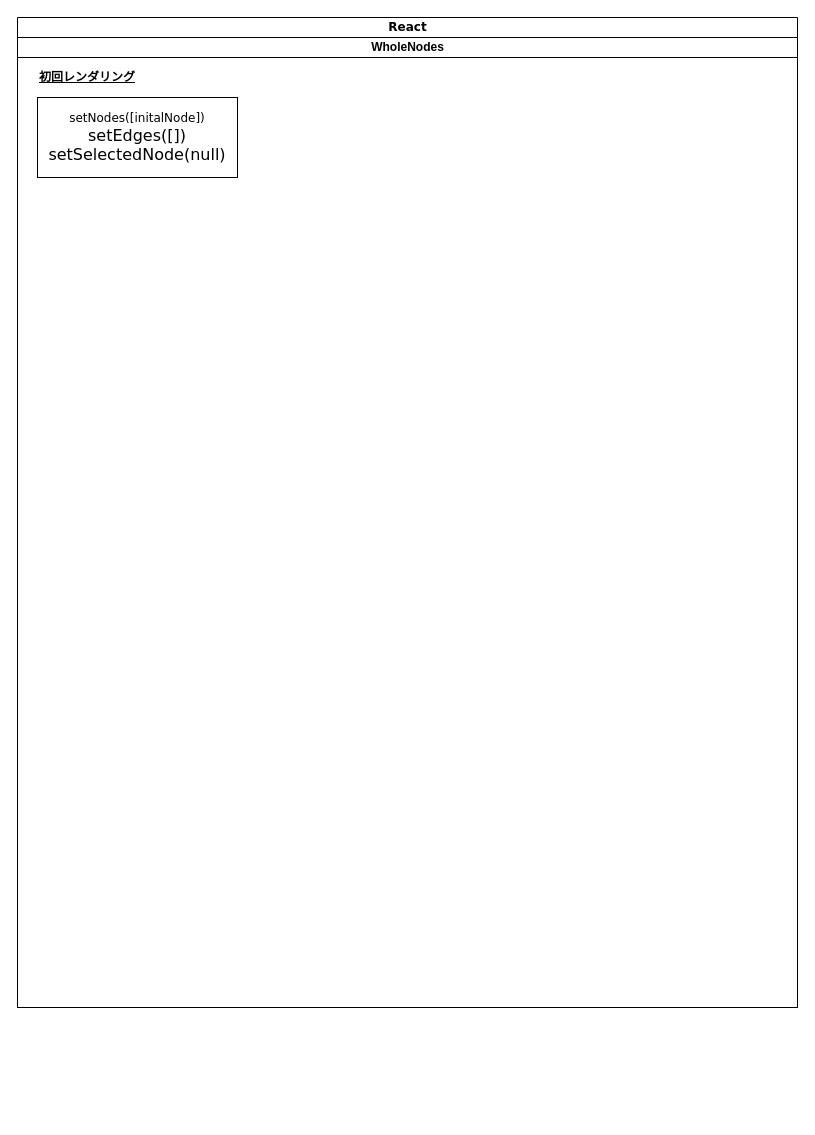
kiuyadeki/webpack_practice keeps this draw.io diagram as react_アクティビティ図.drawio. Above is the earlier version. Source tidied: cells renumbered, new cells numbered last; positions are measured from the earlier drawing's top-left corner, leaving out a move shared by most shapes. Both pictures are drawn from the tidied source at 100%, with x=0, y=0 at pixel (17, 17).
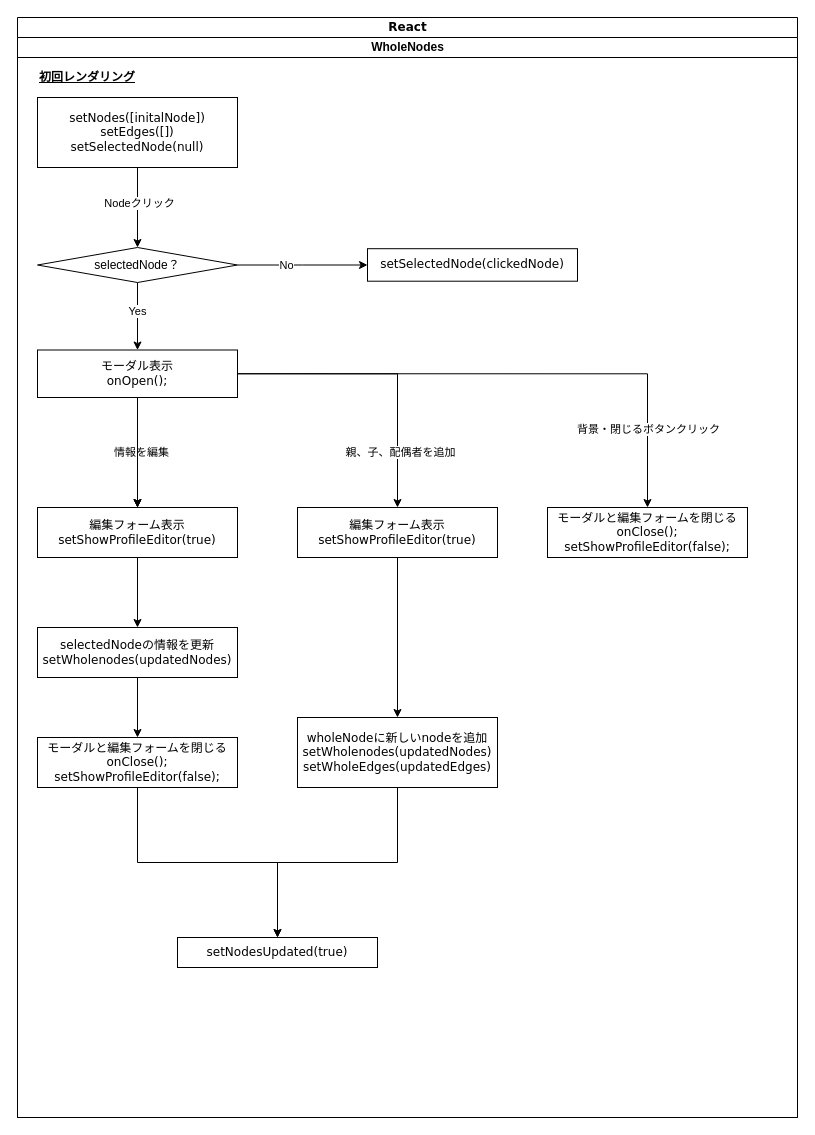
Above is the later version.

Commit message (it also covers changes not shown here):
react_アクティビティ図.drawio を更新します

The edit, as a diff of the source:
```diff
@@
     <mxCell id="2" value="React" style="swimlane;html=1;startSize=20;rounded=0;shadow=0;comic=0;labelBackgroundColor=none;strokeWidth=1;fontFamily=Verdana;fontSize=12;align=center;" parent="1" vertex="1">
-      <mxGeometry width="780" height="990" as="geometry" />
+      <mxGeometry width="780" height="1100" as="geometry" />
     </mxCell>
     <mxCell id="3" value="WholeNodes" style="swimlane;html=1;startSize=20;" parent="2" vertex="1">
-      <mxGeometry y="20" width="780" height="970" as="geometry" />
+      <mxGeometry y="20" width="780" height="1080" as="geometry" />
     </mxCell>
+    <mxCell id="6" style="edgeStyle=orthogonalEdgeStyle;rounded=0;jettySize=auto;html=1;" parent="3" edge="1" source="4" target="12">
+      <mxGeometry relative="1" as="geometry" />
+    </mxCell>
+    <mxCell id="7" value="Nodeクリック" style="edgeLabel;html=1;align=center;verticalAlign=middle;" parent="6" vertex="1">
+      <mxGeometry x="-0.13" y="1" relative="1" as="geometry" />
+    </mxCell>
-    <mxCell id="4" value="&lt;font style=&quot;font-size: 12px;&quot;&gt;setNodes([initalNode])&lt;/font&gt;&lt;div&gt;&lt;font size=&quot;3&quot; style=&quot;&quot;&gt;setEdges([])&lt;/font&gt;&lt;/div&gt;&lt;div&gt;&lt;font size=&quot;3&quot; style=&quot;&quot;&gt;setSelectedNode(null)&lt;/font&gt;&lt;/div&gt;" style="rounded=0;whiteSpace=wrap;html=1;shadow=0;comic=0;labelBackgroundColor=none;strokeWidth=1;fontFamily=Verdana;fontSize=12;align=center;arcSize=50;" parent="3" vertex="1">
-      <mxGeometry x="20" y="60" width="200" height="80" as="geometry" />
+    <mxCell id="4" value="&lt;font style=&quot;font-size: 12px;&quot;&gt;setNodes([initalNode])&lt;/font&gt;&lt;div&gt;&lt;font style=&quot;font-size: 12px;&quot;&gt;setEdges([])&lt;/font&gt;&lt;/div&gt;&lt;div&gt;&lt;font style=&quot;font-size: 12px;&quot;&gt;setSelectedNode(null)&lt;/font&gt;&lt;/div&gt;" style="rounded=0;whiteSpace=wrap;html=1;shadow=0;comic=0;labelBackgroundColor=none;strokeWidth=1;fontFamily=Verdana;fontSize=12;align=center;arcSize=50;" parent="3" vertex="1">
+      <mxGeometry x="20" y="60" width="200" height="70" as="geometry" />
     </mxCell>
@@
+    <mxCell id="8" style="edgeStyle=orthogonalEdgeStyle;rounded=0;jettySize=auto;html=1;" parent="3" edge="1" source="12" target="13">
+      <mxGeometry relative="1" as="geometry" />
+    </mxCell>
+    <mxCell id="9" value="No" style="edgeLabel;html=1;align=center;verticalAlign=middle;" parent="8" vertex="1">
+      <mxGeometry y="1" relative="1" as="geometry">
+        <mxPoint x="-17" y="1" as="offset" />
+      </mxGeometry>
+    </mxCell>
+    <mxCell id="10" style="edgeStyle=orthogonalEdgeStyle;rounded=0;jettySize=auto;html=1;" parent="3" edge="1" source="12" target="22">
+      <mxGeometry relative="1" as="geometry" />
+    </mxCell>
+    <mxCell id="11" value="Yes" style="edgeLabel;html=1;align=center;verticalAlign=middle;" parent="10" vertex="1">
+      <mxGeometry x="-0.18" y="-1" relative="1" as="geometry" />
+    </mxCell>
+    <mxCell id="12" value="&lt;span style=&quot;font-family: Helvetica; text-wrap: nowrap; background-color: rgb(255, 255, 255);&quot;&gt;&lt;font style=&quot;font-size: 12px;&quot;&gt;selectedNode？&lt;/font&gt;&lt;/span&gt;" style="rhombus;whiteSpace=wrap;html=1;fontFamily=Verdana;rounded=0;shadow=0;comic=0;labelBackgroundColor=none;strokeWidth=1;arcSize=50;" parent="3" vertex="1">
+      <mxGeometry x="20" y="210" width="200" height="35" as="geometry" />
+    </mxCell>
+    <mxCell id="13" value="setSelectedNode(clickedNode)" style="whiteSpace=wrap;html=1;fontFamily=Verdana;rounded=0;shadow=0;comic=0;labelBackgroundColor=none;strokeWidth=1;arcSize=50;" parent="3" vertex="1">
+      <mxGeometry x="350" y="211.2" width="210" height="32.5" as="geometry" />
+    </mxCell>
+    <mxCell id="14" style="edgeStyle=orthogonalEdgeStyle;rounded=0;jettySize=auto;html=1;" parent="3" edge="1" source="22" target="24">
+      <mxGeometry relative="1" as="geometry" />
+    </mxCell>
+    <mxCell id="15" value="情報を編集" style="edgeLabel;html=1;align=center;verticalAlign=middle;" parent="14" vertex="1">
+      <mxGeometry x="-0.02" y="3" relative="1" as="geometry" />
+    </mxCell>
+    <mxCell id="16" style="edgeStyle=orthogonalEdgeStyle;rounded=0;jettySize=auto;html=1;" parent="3" edge="1" source="22" target="24">
+      <mxGeometry relative="1" as="geometry" />
+    </mxCell>
+    <mxCell id="17" style="edgeStyle=orthogonalEdgeStyle;rounded=0;jettySize=auto;html=1;" parent="3" edge="1" source="22" target="24">
+      <mxGeometry relative="1" as="geometry" />
+    </mxCell>
+    <mxCell id="18" style="edgeStyle=orthogonalEdgeStyle;rounded=0;jettySize=auto;html=1;exitX=1;exitY=0.5;exitDx=0;exitDy=0;" parent="3" edge="1" source="22" target="26">
+      <mxGeometry relative="1" as="geometry" />
+    </mxCell>
+    <mxCell id="19" value="親、子、配偶者を追加" style="edgeLabel;html=1;align=center;verticalAlign=middle;" parent="18" vertex="1">
+      <mxGeometry x="0.62" y="2" relative="1" as="geometry" />
+    </mxCell>
+    <mxCell id="20" style="edgeStyle=orthogonalEdgeStyle;rounded=0;jettySize=auto;html=1;exitX=1;exitY=0.5;exitDx=0;exitDy=0;entryX=0.5;entryY=0;entryDx=0;entryDy=0;" parent="3" edge="1" source="22" target="27">
+      <mxGeometry relative="1" as="geometry" />
+    </mxCell>
+    <mxCell id="21" value="背景・閉じるボタンクリック" style="edgeLabel;html=1;align=center;verticalAlign=middle;" parent="20" vertex="1">
+      <mxGeometry x="0.71" relative="1" as="geometry" />
+    </mxCell>
+    <mxCell id="22" value="&lt;div&gt;モーダル表示&lt;/div&gt;onOpen();" style="whiteSpace=wrap;html=1;fontFamily=Verdana;rounded=0;shadow=0;comic=0;labelBackgroundColor=none;strokeWidth=1;arcSize=50;" parent="3" vertex="1">
+      <mxGeometry x="20" y="312.5" width="200" height="47.5" as="geometry" />
+    </mxCell>
+    <mxCell id="23" style="edgeStyle=orthogonalEdgeStyle;rounded=0;jettySize=auto;html=1;exitX=0.5;exitY=1;exitDx=0;exitDy=0;entryX=0.5;entryY=0;entryDx=0;entryDy=0;" parent="3" edge="1" source="24" target="29">
+      <mxGeometry relative="1" as="geometry" />
+    </mxCell>
+    <mxCell id="24" value="&lt;div&gt;編集フォーム表示&lt;/div&gt;setShowProfileEditor(true)" style="whiteSpace=wrap;html=1;fontFamily=Verdana;rounded=0;shadow=0;comic=0;labelBackgroundColor=none;strokeWidth=1;arcSize=50;" parent="3" vertex="1">
+      <mxGeometry x="20" y="470" width="200" height="50" as="geometry" />
+    </mxCell>
+    <mxCell id="25" style="edgeStyle=orthogonalEdgeStyle;rounded=0;jettySize=auto;html=1;exitX=0.5;exitY=1;exitDx=0;exitDy=0;entryX=0.5;entryY=0;entryDx=0;entryDy=0;" parent="3" edge="1" source="26" target="34">
+      <mxGeometry relative="1" as="geometry" />
+    </mxCell>
+    <mxCell id="26" value="&lt;div&gt;編集フォーム表示&lt;/div&gt;setShowProfileEditor(true)" style="whiteSpace=wrap;html=1;fontFamily=Verdana;rounded=0;shadow=0;comic=0;labelBackgroundColor=none;strokeWidth=1;arcSize=50;" parent="3" vertex="1">
+      <mxGeometry x="280" y="470" width="200" height="50" as="geometry" />
+    </mxCell>
+    <mxCell id="27" value="&lt;div&gt;モーダルと編集フォームを閉じる&lt;/div&gt;onClose();&lt;div&gt;&lt;/div&gt;&lt;div&gt;setShowProfileEditor(false);&lt;br&gt;&lt;/div&gt;" style="whiteSpace=wrap;html=1;fontFamily=Verdana;rounded=0;shadow=0;comic=0;labelBackgroundColor=none;strokeWidth=1;arcSize=50;" parent="3" vertex="1">
+      <mxGeometry x="530" y="470" width="200" height="50" as="geometry" />
+    </mxCell>
+    <mxCell id="28" style="edgeStyle=orthogonalEdgeStyle;rounded=0;jettySize=auto;html=1;exitX=0.5;exitY=1;exitDx=0;exitDy=0;" parent="3" edge="1" source="29" target="31">
+      <mxGeometry relative="1" as="geometry" />
+    </mxCell>
+    <mxCell id="29" value="&lt;div&gt;selectedNodeの情報を更新&lt;/div&gt;setWholenodes(updatedNodes)" style="whiteSpace=wrap;html=1;fontFamily=Verdana;rounded=0;shadow=0;comic=0;labelBackgroundColor=none;strokeWidth=1;arcSize=50;" parent="3" vertex="1">
+      <mxGeometry x="20" y="590" width="200" height="50" as="geometry" />
+    </mxCell>
+    <mxCell id="30" style="edgeStyle=orthogonalEdgeStyle;rounded=0;jettySize=auto;html=1;exitX=0.5;exitY=1;exitDx=0;exitDy=0;entryX=0.5;entryY=0;entryDx=0;entryDy=0;" parent="3" edge="1" source="31" target="32">
+      <mxGeometry relative="1" as="geometry" />
+    </mxCell>
+    <mxCell id="31" value="&lt;div&gt;モーダルと編集フォームを閉じる&lt;/div&gt;onClose();&lt;div&gt;&lt;/div&gt;&lt;div&gt;setShowProfileEditor(false);&lt;br&gt;&lt;/div&gt;" style="whiteSpace=wrap;html=1;fontFamily=Verdana;rounded=0;shadow=0;comic=0;labelBackgroundColor=none;strokeWidth=1;arcSize=50;" parent="3" vertex="1">
+      <mxGeometry x="20" y="700" width="200" height="50" as="geometry" />
+    </mxCell>
+    <mxCell id="32" value="setNodesUpdated(true)" style="whiteSpace=wrap;html=1;fontFamily=Verdana;rounded=0;shadow=0;comic=0;labelBackgroundColor=none;strokeWidth=1;arcSize=50;" parent="3" vertex="1">
+      <mxGeometry x="160" y="900" width="200" height="30" as="geometry" />
+    </mxCell>
+    <mxCell id="33" style="edgeStyle=orthogonalEdgeStyle;rounded=0;jettySize=auto;html=1;exitX=0.5;exitY=1;exitDx=0;exitDy=0;" parent="3" edge="1" source="34" target="32">
+      <mxGeometry relative="1" as="geometry" />
+    </mxCell>
+    <mxCell id="34" value="&lt;div&gt;wholeNodeに新しいnodeを追加&lt;/div&gt;setWholenodes(updatedNodes)&lt;div&gt;setWholeEdges(updatedEdges)&lt;/div&gt;" style="whiteSpace=wrap;html=1;fontFamily=Verdana;rounded=0;shadow=0;comic=0;labelBackgroundColor=none;strokeWidth=1;arcSize=50;" parent="3" vertex="1">
+      <mxGeometry x="280" y="680" width="200" height="70" as="geometry" />
+    </mxCell>
```
